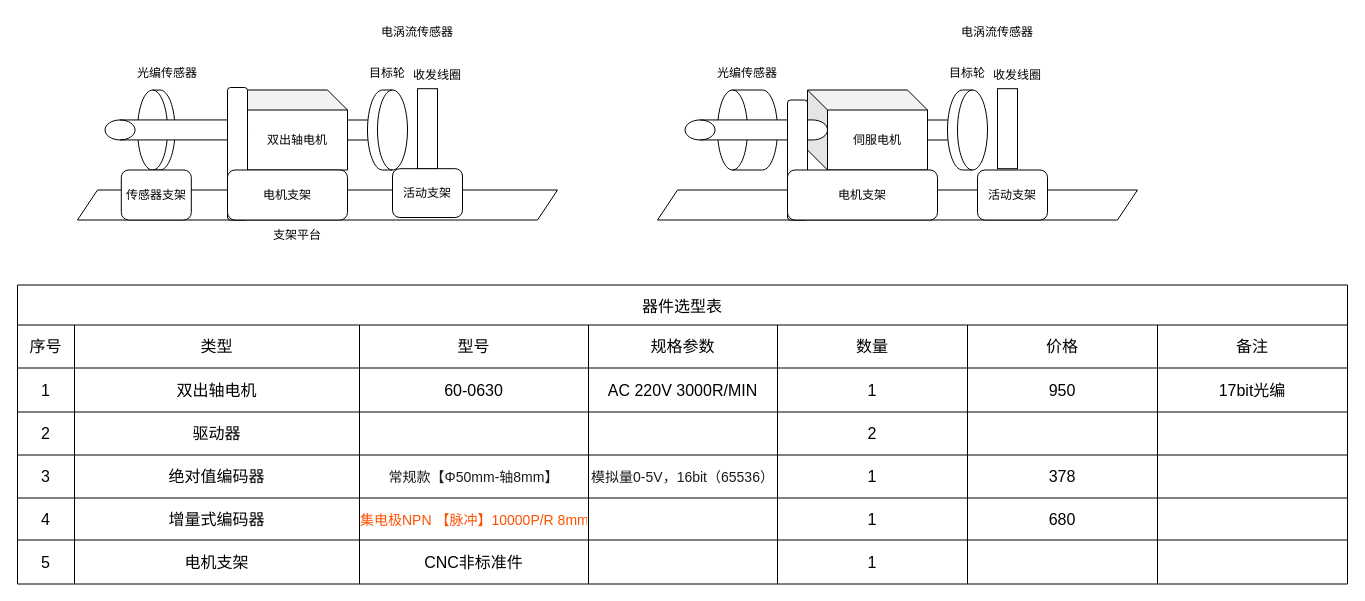
Before: 未命名绘图.drawio in dchangsheng/drawio, a draw.io diagram. Source tidied: cells renumbered, new cells numbered last; positions are measured from the earlier drawing's top-left corner, leaving out a move shared by most shapes. Both pictures are drawn from the tidied source at 100%, with x=0, y=0 at pixel (17, 17).
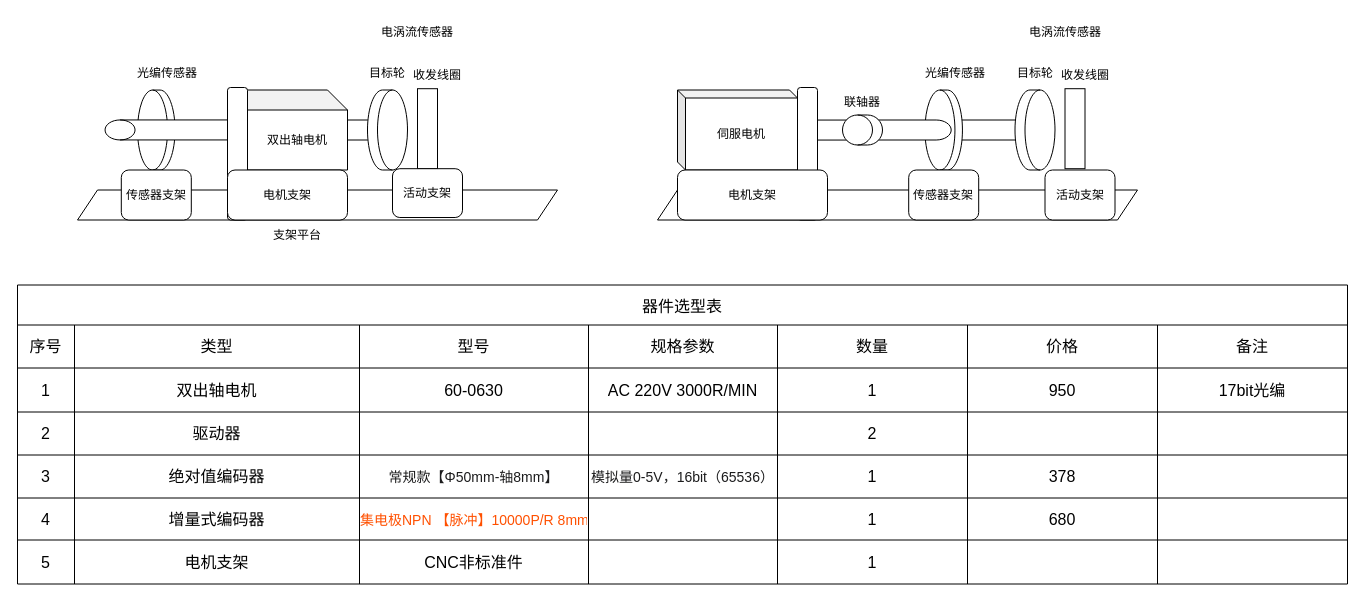
After the change.

Commit message:
更新未命名绘图.drawio

The edit, as a diff of the source:
```diff
@@
-<mxGraphModel>
+<mxGraphModel background="light-dark(#FFFFFF,#FFFFFF)">
@@
+    <mxCell id="69" style="shape=cylinder3;whiteSpace=wrap;html=1;boundedLbl=1;backgroundOutline=1;size=15;rotation=-90;" parent="1" vertex="1">
+      <mxGeometry x="782.2" y="49.1" width="20" height="126.9" as="geometry" />
+    </mxCell>
@@
     <mxCell id="66" style="shape=cylinder3;whiteSpace=wrap;html=1;boundedLbl=1;backgroundOutline=1;size=15;rotation=-90;" parent="1" vertex="1">
-      <mxGeometry x="902.5" y="80" width="20" height="65" as="geometry" />
+      <mxGeometry x="950" y="60" width="20" height="105" as="geometry" />
     </mxCell>
-    <mxCell id="67" value="伺服电机" style="shape=cube;whiteSpace=wrap;html=1;boundedLbl=1;backgroundOutline=1;darkOpacity=0.05;darkOpacity2=0.1;" parent="1" vertex="1">
-      <mxGeometry x="790" y="72.5" width="120" height="80" as="geometry" />
+    <mxCell id="67" value="伺服电机" style="shape=cube;whiteSpace=wrap;html=1;boundedLbl=1;backgroundOutline=1;darkOpacity=0.05;darkOpacity2=0.1;size=8;" parent="1" vertex="1">
+      <mxGeometry x="660" y="72.5" width="120" height="80" as="geometry" />
     </mxCell>
     <mxCell id="68" style="shape=cylinder3;whiteSpace=wrap;html=1;boundedLbl=1;backgroundOutline=1;size=15;rotation=-90;" parent="1" vertex="1">
-      <mxGeometry x="690" y="82.5" width="80" height="60" as="geometry" />
+      <mxGeometry x="886.2" y="93.8" width="80" height="37.5" as="geometry" />
     </mxCell>
-    <mxCell id="69" style="shape=cylinder3;whiteSpace=wrap;html=1;boundedLbl=1;backgroundOutline=1;size=15;rotation=-90;" parent="1" vertex="1">
-      <mxGeometry x="728.8" y="41.2" width="20" height="142.5" as="geometry" />
-    </mxCell>
     <mxCell id="70" style="shape=cylinder3;whiteSpace=wrap;html=1;boundedLbl=1;backgroundOutline=1;size=15;rotation=90;" parent="1" vertex="1">
-      <mxGeometry x="910" y="92.5" width="80" height="40" as="geometry" />
+      <mxGeometry x="977.5" y="92.5" width="80" height="40" as="geometry" />
     </mxCell>
     <mxCell id="71" value="光编传感器" style="text;html=1;whiteSpace=wrap;strokeColor=none;fillColor=none;align=center;verticalAlign=middle;rounded=0;" parent="1" vertex="1">
-      <mxGeometry x="690" y="41.2" width="80" height="30" as="geometry" />
+      <mxGeometry x="897.5" y="41.2" width="80" height="30" as="geometry" />
     </mxCell>
     <mxCell id="72" value="电涡流传感器" style="text;html=1;whiteSpace=wrap;strokeColor=none;fillColor=none;align=center;verticalAlign=middle;rounded=0;" parent="1" vertex="1">
-      <mxGeometry x="940" width="80" height="30" as="geometry" />
+      <mxGeometry x="1007.5" width="80" height="30" as="geometry" />
     </mxCell>
@@
     <mxCell id="74" style="rounded=1;whiteSpace=wrap;html=1;" parent="1" vertex="1">
-      <mxGeometry x="770" y="82.5" width="20" height="120" as="geometry" />
+      <mxGeometry x="780" y="70" width="20" height="132.5" as="geometry" />
     </mxCell>
     <mxCell id="75" value="电机支架" style="rounded=1;whiteSpace=wrap;html=1;" parent="1" vertex="1">
-      <mxGeometry x="770" y="152.5" width="150" height="50" as="geometry" />
+      <mxGeometry x="660" y="152.5" width="150" height="50" as="geometry" />
     </mxCell>
     <mxCell id="76" style="rounded=0;whiteSpace=wrap;html=1;" parent="1" vertex="1">
-      <mxGeometry x="980" y="71.2" width="20" height="80" as="geometry" />
+      <mxGeometry x="1047.5" y="71.2" width="20" height="80" as="geometry" />
     </mxCell>
     <mxCell id="77" value="目标轮" style="text;html=1;whiteSpace=wrap;strokeColor=none;fillColor=none;align=center;verticalAlign=middle;rounded=0;" parent="1" vertex="1">
-      <mxGeometry x="920" y="41.2" width="60" height="30" as="geometry" />
+      <mxGeometry x="987.5" y="41.2" width="60" height="30" as="geometry" />
     </mxCell>
     <mxCell id="78" value="收发线圈" style="text;html=1;whiteSpace=wrap;strokeColor=none;fillColor=none;align=center;verticalAlign=middle;rounded=0;" parent="1" vertex="1">
-      <mxGeometry x="970" y="42.5" width="60" height="30" as="geometry" />
+      <mxGeometry x="1037.5" y="42.5" width="60" height="30" as="geometry" />
     </mxCell>
     <mxCell id="79" value="活动支架" style="rounded=1;whiteSpace=wrap;html=1;" parent="1" vertex="1">
-      <mxGeometry x="960" y="152.5" width="70" height="50" as="geometry" />
+      <mxGeometry x="1027.5" y="152.5" width="70" height="50" as="geometry" />
     </mxCell>
@@
+    <mxCell id="81" value="传感器支架" style="rounded=1;whiteSpace=wrap;html=1;" parent="1" vertex="1">
+      <mxGeometry x="891.2" y="152.5" width="70" height="50" as="geometry" />
+    </mxCell>
+    <mxCell id="82" style="shape=cylinder3;whiteSpace=wrap;html=1;boundedLbl=1;backgroundOutline=1;size=15;rotation=-90;" parent="1" vertex="1">
+      <mxGeometry x="871.2" y="60" width="20" height="105" as="geometry" />
+    </mxCell>
+    <mxCell id="83" style="shape=cylinder3;whiteSpace=wrap;html=1;boundedLbl=1;backgroundOutline=1;size=15;rotation=-90;" parent="1" vertex="1">
+      <mxGeometry x="830" y="92.5" width="30" height="40" as="geometry" />
+    </mxCell>
+    <mxCell id="84" value="联轴器" style="text;html=1;whiteSpace=wrap;strokeColor=none;fillColor=none;align=center;verticalAlign=middle;rounded=0;" parent="1" vertex="1">
+      <mxGeometry x="805" y="70" width="80" height="30" as="geometry" />
+    </mxCell>
```
